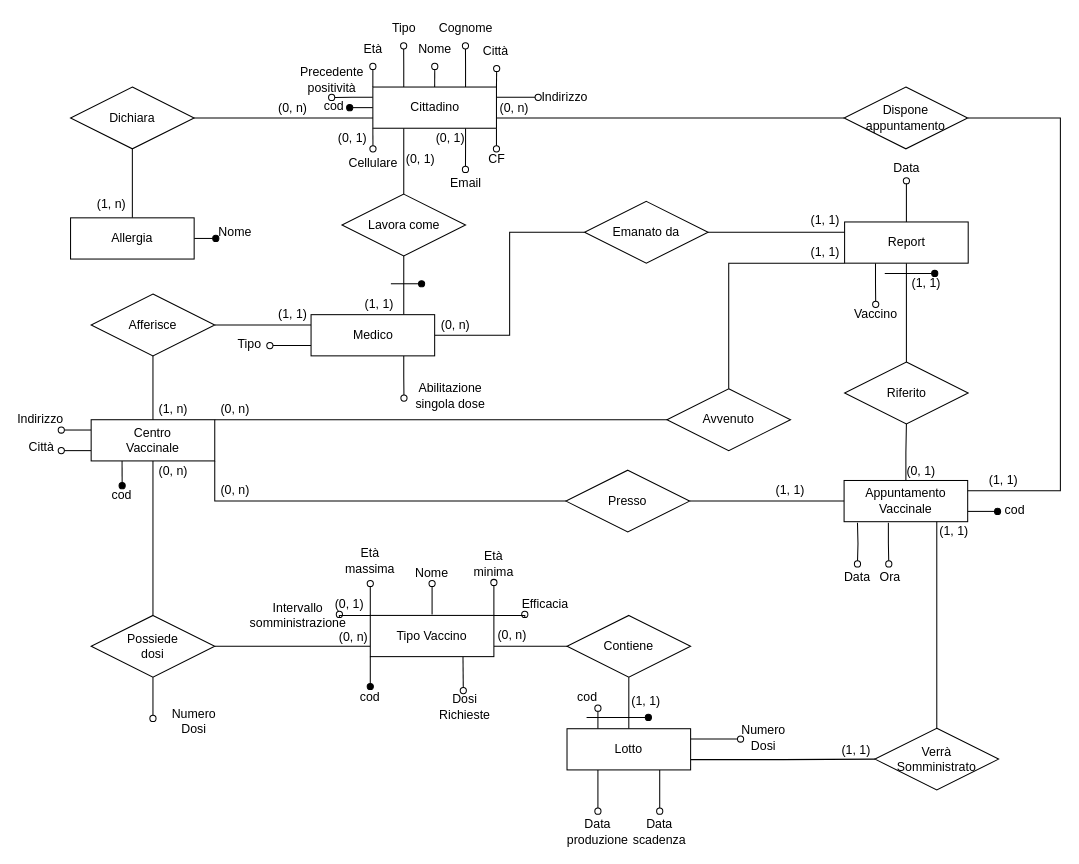
Above: page "ER-ristrutturato-4" (6 of 10) of ER.drawio in TheFlonet/DB (draw.io), before the change. Source tidied: cells renumbered, new cells numbered last; positions are measured from the earlier drawing's top-left corner, leaving out a move shared by most shapes. Both pictures are drawn from the tidied source at 103%, with x=0, y=0 at pixel (20, 18).
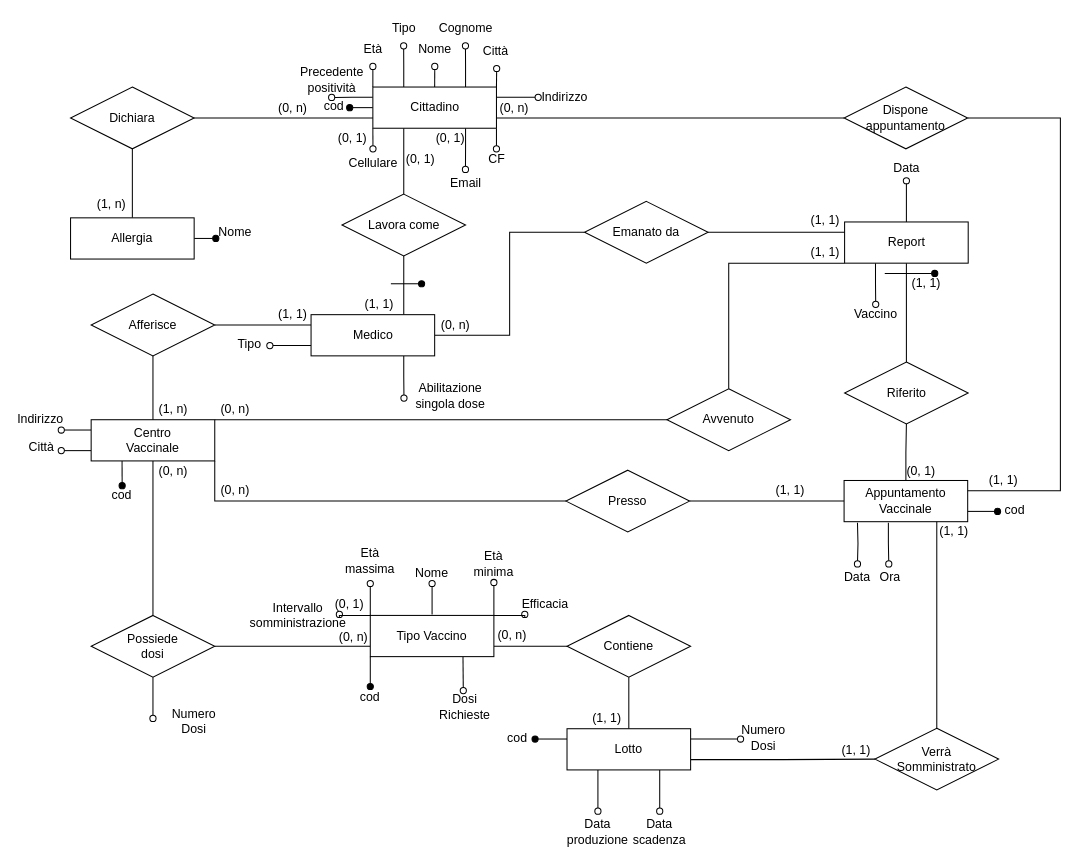
Above is the later version.

Commit message:
Rimodificato Schema ER

Unchanged cells that the change refers to:
```xml
<mxCell id="33" value="Lotto" style="whiteSpace=wrap;html=1;align=center;" parent="1" vertex="1">
  <mxGeometry x="531" y="690" width="120" height="40" as="geometry" />
</mxCell>
```

The edit, as a diff of the source:
```diff
@@
-    <mxCell id="31" style="edgeStyle=orthogonalEdgeStyle;rounded=0;jumpSize=0;jettySize=auto;html=1;exitX=0.25;exitY=0;exitDx=0;exitDy=0;startArrow=none;startFill=0;endArrow=oval;endFill=0;" parent="1" edge="1" source="33">
+    <mxCell id="31" style="edgeStyle=orthogonalEdgeStyle;rounded=0;jumpSize=0;jettySize=auto;html=1;exitX=0;exitY=0.25;exitDx=0;exitDy=0;startArrow=none;startFill=0;endArrow=oval;endFill=1;" parent="1" edge="1" source="33">
       <mxGeometry relative="1" as="geometry">
-        <mxPoint x="561" y="670" as="targetPoint" />
+        <mxPoint x="500" y="700" as="targetPoint" />
       </mxGeometry>
     </mxCell>
@@
     <mxCell id="45" value="(1, 1)" style="text;html=1;strokeColor=none;fillColor=none;align=center;verticalAlign=middle;whiteSpace=wrap;rounded=0;" parent="1" vertex="1">
-      <mxGeometry x="588" y="653" width="40" height="20" as="geometry" />
+      <mxGeometry x="550" y="670" width="40" height="20" as="geometry" />
     </mxCell>
@@
     <mxCell id="136" value="cod" style="text;html=1;strokeColor=none;fillColor=none;align=center;verticalAlign=middle;whiteSpace=wrap;rounded=0;" parent="1" vertex="1">
-      <mxGeometry x="531" y="650" width="40" height="20" as="geometry" />
+      <mxGeometry x="462.5" y="689" width="40" height="20" as="geometry" />
     </mxCell>
@@
-    <mxCell id="138" style="endArrow=oval;html=1;endFill=1;" parent="1" edge="1">
-      <mxGeometry relative="1" as="geometry">
-        <mxPoint x="550" y="679" as="sourcePoint" />
-        <mxPoint x="610" y="679" as="targetPoint" />
-      </mxGeometry>
-    </mxCell>
```
